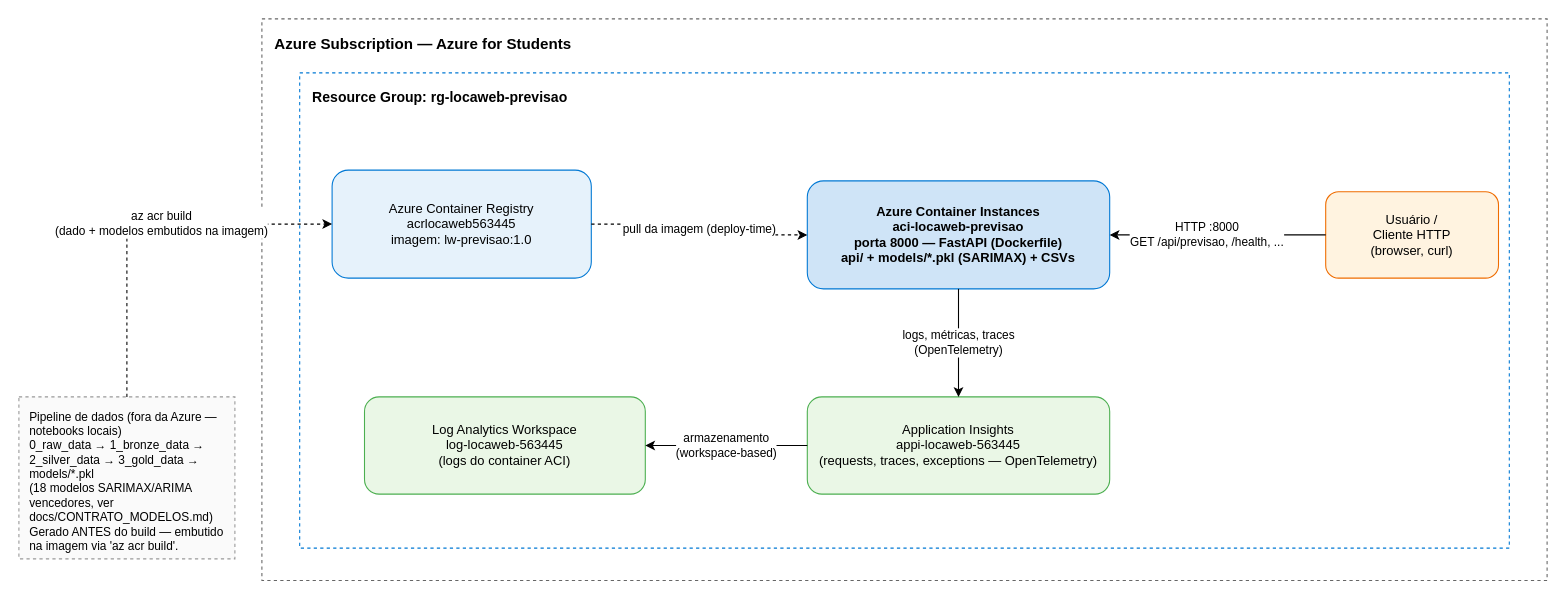
The draw.io diagram docs/arquitetura_azure.drawio in jffdevbr/challenge_locaweb, before the edit. Source tidied: cells renumbered, new cells numbered last; positions are measured from the earlier drawing's top-left corner, leaving out a move shared by most shapes. Both pictures are drawn from the tidied source at 108%, with x=0, y=0 at pixel (18, 18).
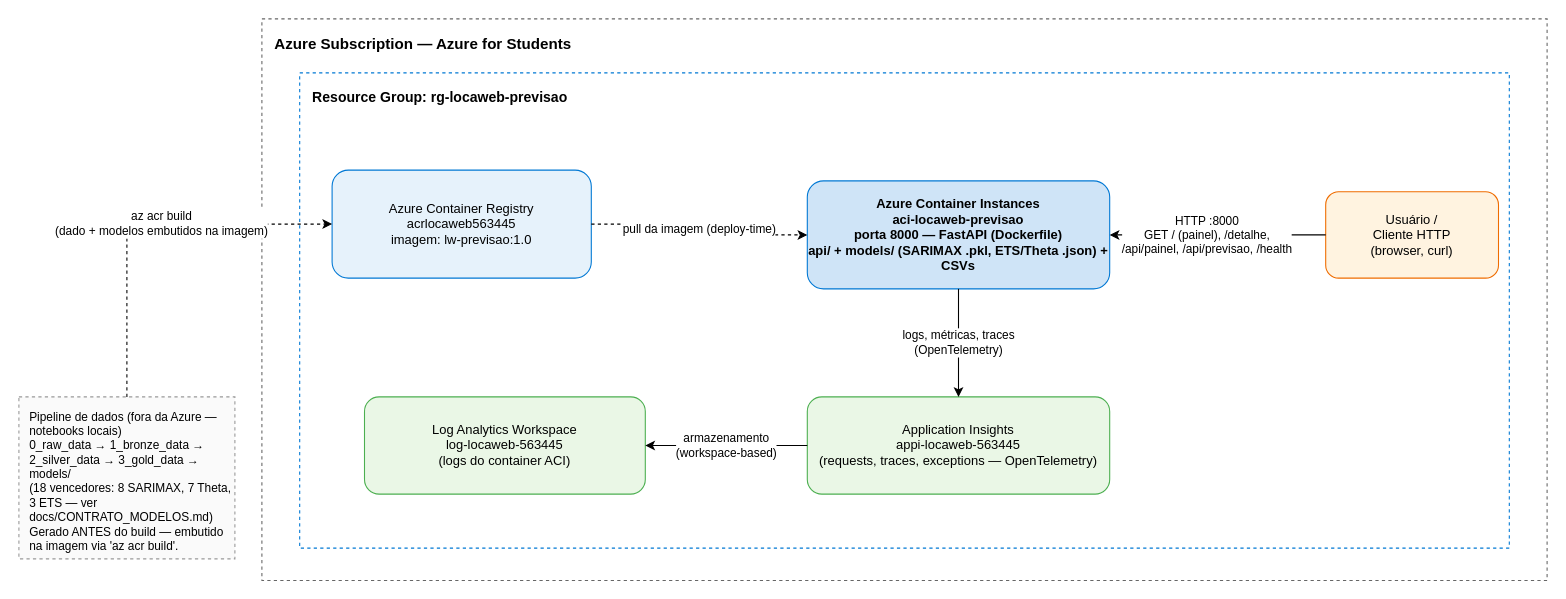
The same page after the edit.

Diff of the diagram source:
```diff
@@
 <mxGraphModel>
   <root>
     <mxCell id="0" />
     <mxCell id="1" parent="0" />
     <mxCell id="2" value="Usuário /&#10;Cliente HTTP&#10;(browser, curl)" style="rounded=1;whiteSpace=wrap;html=1;fillColor=#FFF3E0;strokeColor=#EF6C00;fontSize=12;align=center;verticalAlign=middle;" parent="1" vertex="1">
       <mxGeometry x="1210" y="160" width="160" height="80" as="geometry" />
     </mxCell>
     <mxCell id="3" value="Azure Subscription — Azure for Students" style="rounded=0;whiteSpace=wrap;html=1;dashed=1;fillColor=none;strokeColor=#666666;verticalAlign=top;align=left;fontSize=14;fontStyle=1;spacingLeft=10;spacingTop=8;" parent="1" vertex="1">
       <mxGeometry x="225" width="1190" height="520" as="geometry" />
     </mxCell>
     <mxCell id="4" value="Azure Container Registry&#10;acrlocaweb563445&#10;imagem: lw-previsao:1.0" style="rounded=1;whiteSpace=wrap;html=1;fillColor=#E6F2FB;strokeColor=#0078D4;fontSize=12;align=center;verticalAlign=middle;" parent="1" vertex="1">
       <mxGeometry x="290" y="140" width="240" height="100" as="geometry" />
     </mxCell>
-    <mxCell id="5" value="Azure Container Instances&#10;aci-locaweb-previsao&#10;porta 8000 — FastAPI (Dockerfile)&#10;api/ + models/*.pkl (SARIMAX) + CSVs" style="rounded=1;whiteSpace=wrap;html=1;fillColor=#CFE4F7;strokeColor=#0078D4;fontSize=12;fontStyle=1;align=center;verticalAlign=middle;" parent="1" vertex="1">
+    <mxCell id="5" value="Azure Container Instances&#10;aci-locaweb-previsao&#10;porta 8000 — FastAPI (Dockerfile)&#10;api/ + models/ (SARIMAX .pkl, ETS/Theta .json) + CSVs" style="rounded=1;whiteSpace=wrap;html=1;fillColor=#CFE4F7;strokeColor=#0078D4;fontSize=12;fontStyle=1;align=center;verticalAlign=middle;" parent="1" vertex="1">
       <mxGeometry x="730" y="150" width="280" height="100" as="geometry" />
     </mxCell>
     <mxCell id="6" value="Log Analytics Workspace&#10;log-locaweb-563445&#10;(logs do container ACI)" style="rounded=1;whiteSpace=wrap;html=1;fillColor=#EAF7E6;strokeColor=#4CAF50;fontSize=12;align=center;verticalAlign=middle;" parent="1" vertex="1">
       <mxGeometry x="320" y="350" width="260" height="90" as="geometry" />
     </mxCell>
     <mxCell id="7" value="Application Insights&#10;appi-locaweb-563445&#10;(requests, traces, exceptions — OpenTelemetry)" style="rounded=1;whiteSpace=wrap;html=1;fillColor=#EAF7E6;strokeColor=#4CAF50;fontSize=12;align=center;verticalAlign=middle;" parent="1" vertex="1">
       <mxGeometry x="730" y="350" width="280" height="90" as="geometry" />
     </mxCell>
-    <mxCell id="8" value="Pipeline de dados (fora da Azure — notebooks locais)&#10;0_raw_data → 1_bronze_data → 2_silver_data → 3_gold_data → models/*.pkl&#10;(18 modelos SARIMAX/ARIMA vencedores, ver docs/CONTRATO_MODELOS.md)&#10;Gerado ANTES do build — embutido na imagem via 'az acr build'." style="rounded=0;whiteSpace=wrap;html=1;dashed=1;fillColor=#FAFAFA;strokeColor=#999999;fontSize=11;align=left;verticalAlign=top;spacingLeft=8;spacingTop=6;" parent="1" vertex="1">
+    <mxCell id="8" value="Pipeline de dados (fora da Azure — notebooks locais)&#10;0_raw_data → 1_bronze_data → 2_silver_data → 3_gold_data → models/&#10;(18 vencedores: 8 SARIMAX, 7 Theta, 3 ETS — ver docs/CONTRATO_MODELOS.md)&#10;Gerado ANTES do build — embutido na imagem via 'az acr build'." style="rounded=0;whiteSpace=wrap;html=1;dashed=1;fillColor=#FAFAFA;strokeColor=#999999;fontSize=11;align=left;verticalAlign=top;spacingLeft=8;spacingTop=6;" parent="1" vertex="1">
       <mxGeometry y="350" width="200" height="150" as="geometry" />
     </mxCell>
-    <mxCell id="9" value="HTTP :8000&#10;GET /api/previsao, /health, ..." style="edgeStyle=orthogonalEdgeStyle;rounded=0;html=1;fontSize=11;" parent="1" edge="1" source="2" target="5">
+    <mxCell id="9" value="HTTP :8000&#10;GET / (painel), /detalhe,&#10;/api/painel, /api/previsao, /health" style="edgeStyle=orthogonalEdgeStyle;rounded=0;html=1;fontSize=11;" parent="1" edge="1" source="2" target="5">
       <mxGeometry x="0.1" relative="1" as="geometry">
         <Array as="points">
           <mxPoint x="1120" y="200" />
           <mxPoint x="1120" y="200" />
         </Array>
       </mxGeometry>
     </mxCell>
     <mxCell id="10" value="pull da imagem (deploy-time)" style="edgeStyle=orthogonalEdgeStyle;rounded=0;html=1;dashed=1;fontSize=11;" parent="1" edge="1" source="4" target="5">
       <mxGeometry relative="1" as="geometry" />
     </mxCell>
     <mxCell id="11" value="az acr build&#10;(dado + modelos embutidos na imagem)" style="edgeStyle=orthogonalEdgeStyle;rounded=0;html=1;dashed=1;fontSize=11;" parent="1" edge="1" source="8" target="4">
       <mxGeometry x="0.09" relative="1" as="geometry">
         <Array as="points">
           <mxPoint x="210" y="190" />
           <mxPoint x="210" y="190" />
         </Array>
         <mxPoint x="1" as="offset" />
       </mxGeometry>
     </mxCell>
     <mxCell id="12" value="logs, métricas, traces&#10;(OpenTelemetry)" style="edgeStyle=orthogonalEdgeStyle;rounded=0;html=1;fontSize=11;" parent="1" edge="1" source="5" target="7">
       <mxGeometry relative="1" as="geometry" />
     </mxCell>
     <mxCell id="13" value="armazenamento&#10;(workspace-based)" style="edgeStyle=orthogonalEdgeStyle;rounded=0;html=1;fontSize=11;" parent="1" edge="1" source="7" target="6">
       <mxGeometry relative="1" as="geometry" />
     </mxCell>
     <mxCell id="14" value="Resource Group: rg-locaweb-previsao" style="rounded=0;whiteSpace=wrap;html=1;dashed=1;fillColor=none;strokeColor=#0078D4;verticalAlign=top;align=left;fontSize=13;fontStyle=1;spacingLeft=10;spacingTop=8;" parent="1" vertex="1">
       <mxGeometry x="260" y="50" width="1120" height="440" as="geometry" />
     </mxCell>
   </root>
 </mxGraphModel>
```
